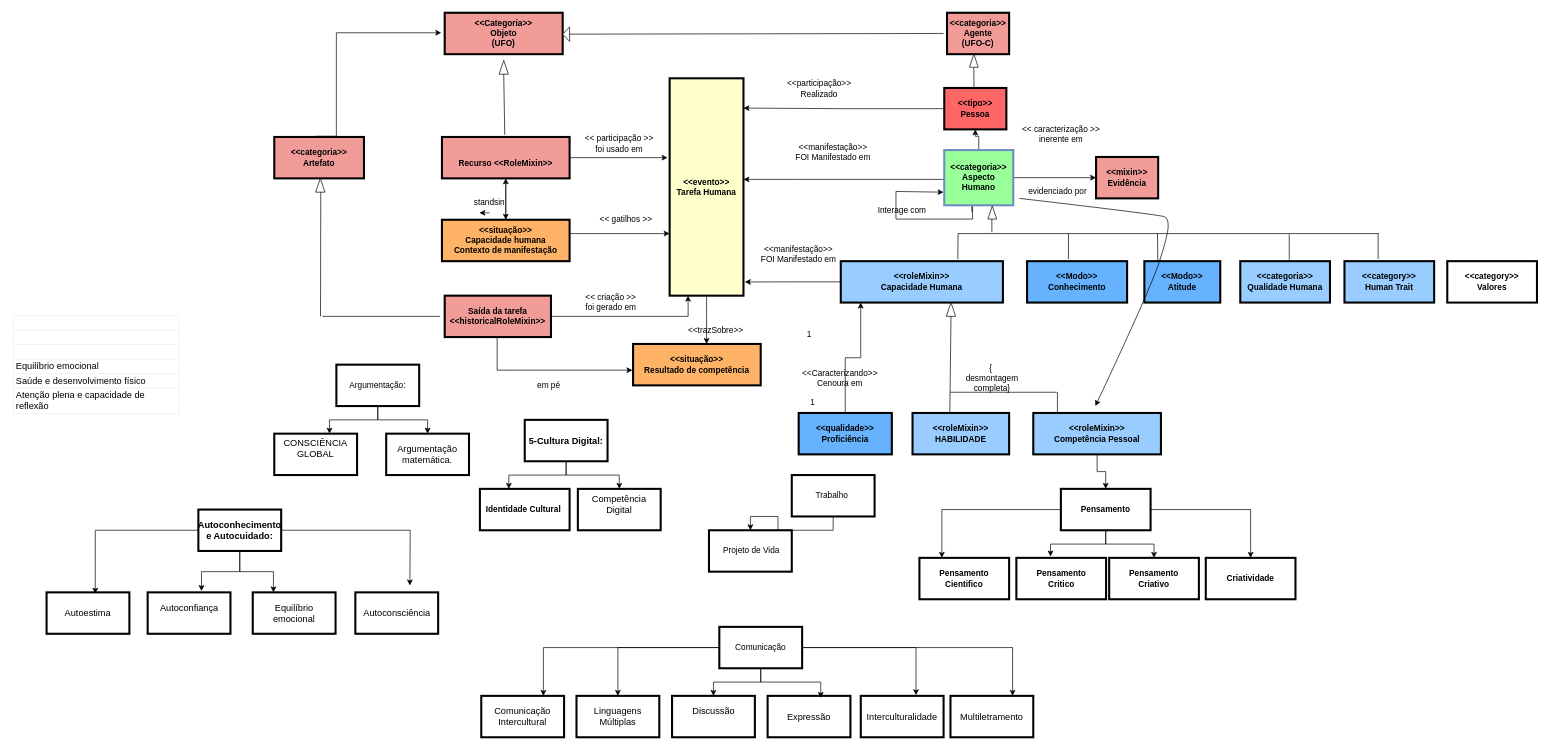
This is page "Core-O 1" (4 of 5) of Cópia do Ontologia_v1.drawio from RosianeSangali/RosianeSangali, a draw.io file, before an edit. Source tidied: cells renumbered, new cells numbered last; positions are measured from the earlier drawing's top-left corner, leaving out a move shared by most shapes. Both pictures are drawn from the tidied source at 69%, with x=0, y=0 at pixel (12, 12).
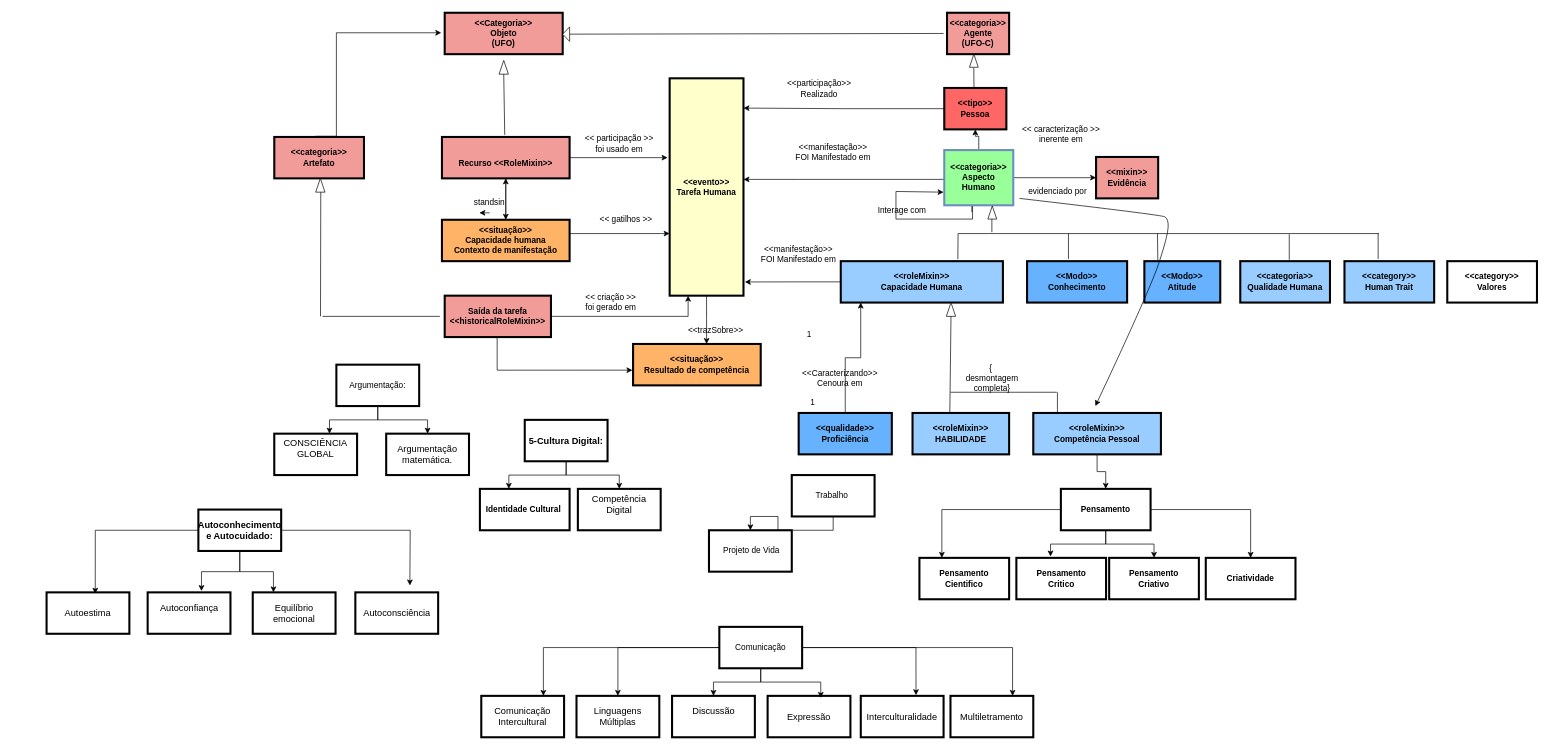
The same diagram, later.

What changed in the source:
```diff
@@
-    <mxCell id="58" value="em pé" style="text;html=1;align=center;verticalAlign=middle;whiteSpace=wrap;rounded=0;strokeWidth=3;" parent="1" vertex="1">
-      <mxGeometry x="718.2" y="520" width="120" height="40" as="geometry" />
-    </mxCell>
@@
-    <mxCell id="111" value="&lt;table xmlns=&quot;http://www.w3.org/1999/xhtml&quot; cellspacing=&quot;0&quot; cellpadding=&quot;0&quot; dir=&quot;ltr&quot; border=&quot;1&quot; style=&quot;table-layout:fixed;font-size:10pt;font-family:Arial;width:0px;border-collapse:collapse;border:none&quot;&gt;&lt;colgroup&gt;&lt;col width=&quot;240&quot;&gt;&lt;/colgroup&gt;&lt;tbody&gt;&lt;tr style=&quot;height:21px;&quot;&gt;&lt;td style=&quot;overflow:hidden;padding:2px 3px 2px 3px;vertical-align:bottom;&quot;&gt;&lt;br&gt;&lt;/td&gt;&lt;/tr&gt;&lt;tr style=&quot;height:21px;&quot;&gt;&lt;td style=&quot;overflow:hidden;padding:2px 3px 2px 3px;vertical-align:bottom;&quot;&gt;&lt;br&gt;&lt;/td&gt;&lt;/tr&gt;&lt;tr style=&quot;height:21px;&quot;&gt;&lt;td style=&quot;overflow:hidden;padding:2px 3px 2px 3px;vertical-align:bottom;&quot;&gt;&lt;br&gt;&lt;/td&gt;&lt;/tr&gt;&lt;tr style=&quot;height:21px;&quot;&gt;&lt;td style=&quot;overflow:hidden;padding:2px 3px 2px 3px;vertical-align:bottom;&quot;&gt;Equilíbrio emocional&lt;/td&gt;&lt;/tr&gt;&lt;tr style=&quot;height:21px;&quot;&gt;&lt;td style=&quot;overflow:hidden;padding:2px 3px 2px 3px;vertical-align:bottom;&quot;&gt;Saúde e desenvolvimento físico&lt;/td&gt;&lt;/tr&gt;&lt;tr style=&quot;height:21px;&quot;&gt;&lt;td style=&quot;overflow:hidden;padding:2px 3px 2px 3px;vertical-align:bottom;&quot;&gt;Atenção plena e capacidade de reflexão&lt;/td&gt;&lt;/tr&gt;&lt;/tbody&gt;&lt;/table&gt;" style="text;whiteSpace=wrap;html=1;" parent="1" vertex="1">
-      <mxGeometry y="432" width="270" height="70" as="geometry" />
-    </mxCell>
```
